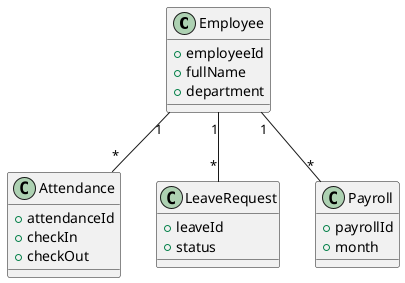
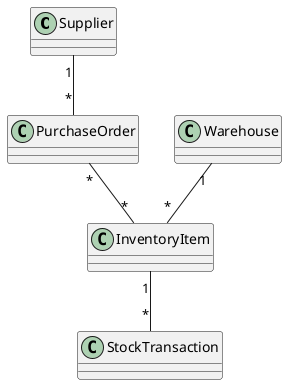
@startuml TEDE_InventoryModule

- class Employee{
- +employeeId
- +fullName
- +department
- }
+ class Supplier

- class Attendance{
- +attendanceId
- +checkIn
- +checkOut
- }
+ class PurchaseOrder

- class LeaveRequest{
- +leaveId
- +status
- }
+ class Warehouse

- class Payroll{
- +payrollId
- +month
- }
+ class InventoryItem

- Employee "1" -- "*" Attendance
- Employee "1" -- "*" LeaveRequest
- Employee "1" -- "*" Payroll
+ class StockTransaction
+ 
+ Supplier "1" -- "*" PurchaseOrder
+ PurchaseOrder "*" -- "*" InventoryItem
+ Warehouse "1" -- "*" InventoryItem
+ InventoryItem "1" -- "*" StockTransaction

@enduml